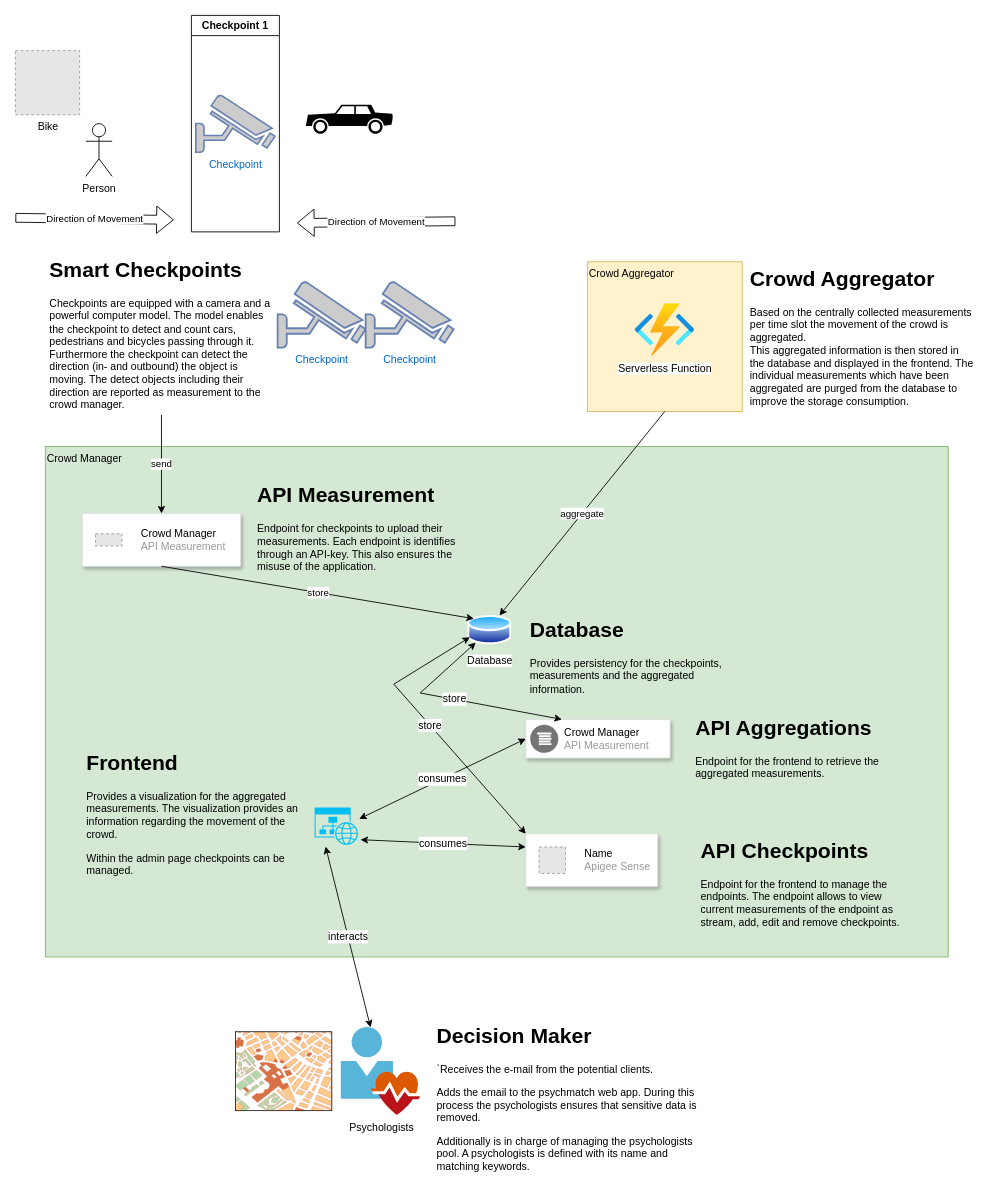
This is page "Schematic Visualisation" (1 of 9) of Documentation/infrastructure.drawio from jimmylevell/crowd-overview, a draw.io file, before an edit. Source tidied: cells renumbered, new cells numbered last; positions are measured from the earlier drawing's top-left corner, leaving out a move shared by most shapes. Both pictures are drawn from the tidied source at 88%, with x=0, y=0 at pixel (15, 15). Pictures stored in the file or linked from it are replaced by grey dashed boxes.
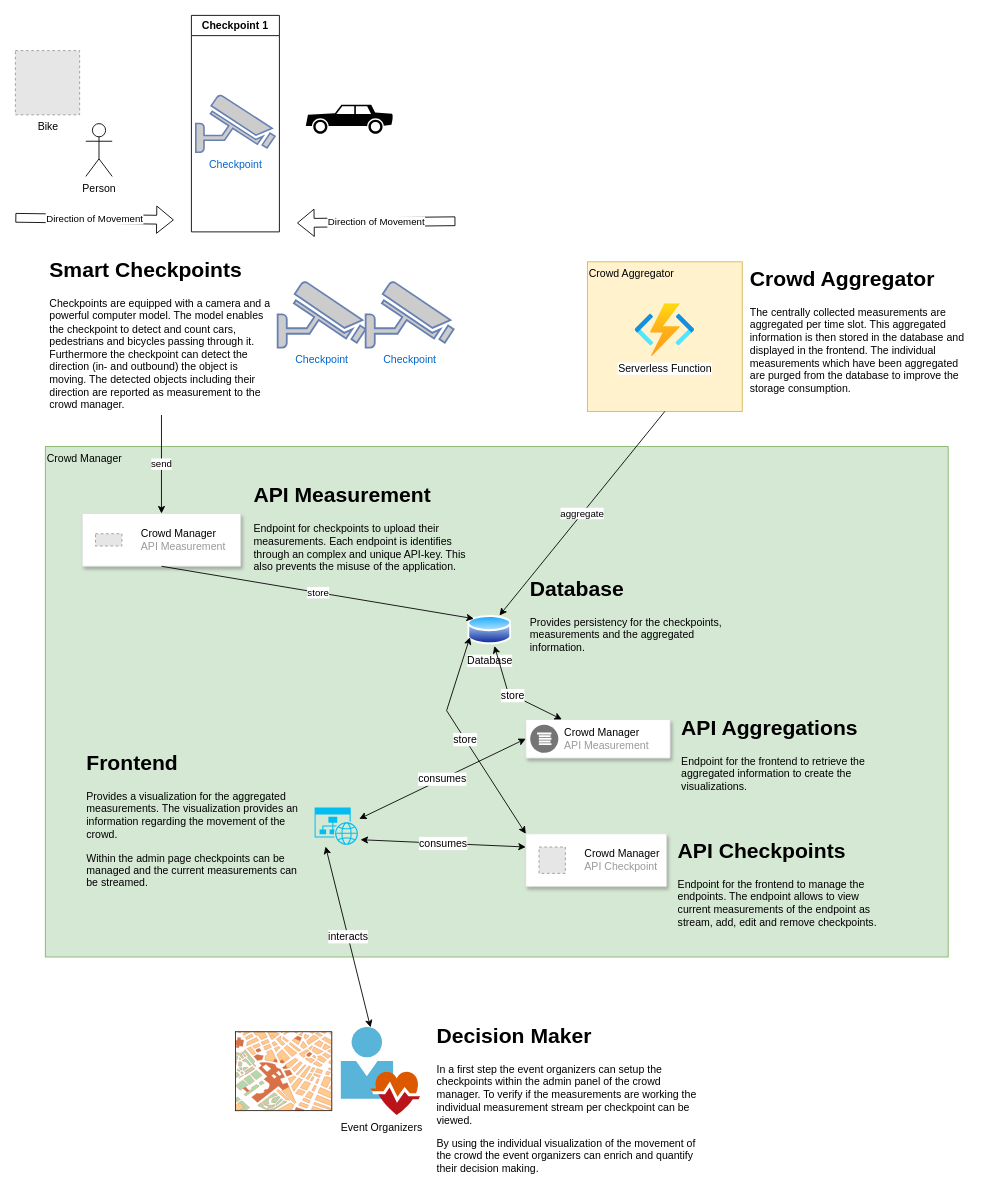
Above is the later version.

The change refers to these unchanged cells:
```xml
<mxCell id="8" value="Database" style="perimeter=ellipsePerimeter;html=1;align=center;shadow=0;dashed=0;spacingTop=3;image;image=img/lib/active_directory/database.svg;strokeColor=default;fillColor=default;" parent="1" vertex="1">
  <mxGeometry x="514" y="680" width="50" height="37" as="geometry" />
</mxCell>
<mxCell id="20" style="strokeColor=#dddddd;shadow=1;strokeWidth=1;rounded=1;absoluteArcSize=1;arcSize=2;fontSize=12;" parent="1" vertex="1">
  <mxGeometry x="580" y="800" width="164" height="44" as="geometry" />
</mxCell>
```

The edit, as a diff of the source:
```diff
@@
-    <mxCell id="5" value="&lt;h1&gt;Smart Checkpoints&lt;/h1&gt;&lt;p&gt;Checkpoints are equipped with a camera and a powerful computer model. The model enables the checkpoint to detect and count cars, pedestrians and bicycles passing through it. Furthermore the checkpoint can detect the direction (in- and outbound) the object is moving. The detect objects including their direction are reported as measurement to the crowd manager.&lt;/p&gt;" style="text;html=1;strokeColor=none;fillColor=none;spacing=5;spacingTop=-20;whiteSpace=wrap;overflow=hidden;rounded=0;" parent="1" vertex="1">
+    <mxCell id="5" value="&lt;h1&gt;Smart Checkpoints&lt;/h1&gt;&lt;p&gt;Checkpoints are equipped with a camera and a powerful computer model. The model enables the checkpoint to detect and count cars, pedestrians and bicycles passing through it. Furthermore the checkpoint can detect the direction (in- and outbound) the object is moving. The detected objects including their direction are reported as measurement to the crowd manager.&lt;/p&gt;" style="text;html=1;strokeColor=none;fillColor=none;spacing=5;spacingTop=-20;whiteSpace=wrap;overflow=hidden;rounded=0;" parent="1" vertex="1">
       <mxGeometry x="34" y="270" width="264" height="184" as="geometry" />
     </mxCell>
@@
-    <mxCell id="7" value="&lt;h1&gt;API Measurement&lt;/h1&gt;&lt;p&gt;Endpoint for checkpoints to upload their measurements. Each endpoint is identifies through an API-key. This also ensures the misuse of the application.&lt;/p&gt;" style="text;html=1;strokeColor=none;fillColor=none;spacing=5;spacingTop=-20;whiteSpace=wrap;overflow=hidden;rounded=0;" parent="1" vertex="1">
-      <mxGeometry x="270" y="526" width="250" height="184" as="geometry" />
+    <mxCell id="7" value="&lt;h1&gt;API Measurement&lt;/h1&gt;&lt;p&gt;Endpoint for checkpoints to upload their measurements. Each endpoint is identifies through an complex and unique API-key. This also prevents the misuse of the application.&lt;/p&gt;" style="text;html=1;strokeColor=none;fillColor=none;spacing=5;spacingTop=-20;whiteSpace=wrap;overflow=hidden;rounded=0;" parent="1" vertex="1">
+      <mxGeometry x="266" y="526" width="250" height="184" as="geometry" />
     </mxCell>
@@
     <mxCell id="14" value="&lt;h1&gt;Database&lt;/h1&gt;&lt;p&gt;Provides persistency for the checkpoints,&amp;nbsp; measurements and the aggregated information.&lt;/p&gt;" style="text;html=1;strokeColor=none;fillColor=none;spacing=5;spacingTop=-20;whiteSpace=wrap;overflow=hidden;rounded=0;" parent="1" vertex="1">
-      <mxGeometry x="580" y="678.5" width="250" height="100" as="geometry" />
+      <mxGeometry x="580" y="631.5" width="250" height="100" as="geometry" />
     </mxCell>
-    <mxCell id="15" value="&lt;h1&gt;Decision Maker&lt;/h1&gt;&lt;p&gt;`Receives the e-mail from the potential clients.&amp;nbsp;&lt;/p&gt;&lt;p&gt;Adds the email to the psychmatch web app. During this process the psychologists ensures that sensitive data is removed.&amp;nbsp;&lt;br&gt;&lt;/p&gt;&lt;p&gt;Additionally is in charge of managing the psychologists pool. A psychologists is defined with its name and matching keywords.&lt;/p&gt;" style="text;html=1;strokeColor=none;fillColor=none;spacing=5;spacingTop=-20;whiteSpace=wrap;overflow=hidden;rounded=0;" parent="1" vertex="1">
+    <mxCell id="15" value="&lt;h1&gt;Decision Maker&lt;/h1&gt;&lt;p&gt;In a first step the event organizers can setup the checkpoints within the admin panel of the crowd manager. To verify if the measurements are working the individual measurement stream per checkpoint can be viewed.&amp;nbsp;&lt;/p&gt;&lt;p&gt;By using the individual visualization of the movement of the crowd the event organizers can enrich and quantify their decision making.&lt;/p&gt;" style="text;html=1;strokeColor=none;fillColor=none;spacing=5;spacingTop=-20;whiteSpace=wrap;overflow=hidden;rounded=0;" parent="1" vertex="1">
       <mxGeometry x="474" y="1140" width="306" height="184" as="geometry" />
     </mxCell>
-    <mxCell id="16" value="Psychologists" style="sketch=0;html=1;points=[];align=center;image;fontSize=12;image=img/lib/mscae/User_Health_Icon.svg;" parent="1" vertex="1">
+    <mxCell id="16" value="Event Organizers" style="sketch=0;html=1;points=[];align=center;image;fontSize=12;image=img/lib/mscae/User_Health_Icon.svg;" parent="1" vertex="1">
       <mxGeometry x="370" y="1150" width="92" height="100" as="geometry" />
     </mxCell>
@@
-    <mxCell id="18" value="&lt;h1&gt;Crowd Aggregator&lt;/h1&gt;&lt;p&gt;Based on the centrally collected measurements per time slot the movement of the crowd is aggregated.&amp;nbsp;&lt;br&gt;This aggregated information is then stored in the database and displayed in the frontend. The individual measurements which have been aggregated are purged from the database to improve the storage consumption.&lt;/p&gt;" style="text;html=1;strokeColor=none;fillColor=none;spacing=5;spacingTop=-20;whiteSpace=wrap;overflow=hidden;rounded=0;" parent="1" vertex="1">
+    <mxCell id="18" value="&lt;h1&gt;Crowd Aggregator&lt;/h1&gt;&lt;p&gt;The centrally collected measurements are aggregated per time slot.&amp;nbsp;This aggregated information is then stored in the database and displayed in the frontend. The individual measurements which have been aggregated are purged from the database to improve the storage consumption.&lt;/p&gt;" style="text;html=1;strokeColor=none;fillColor=none;spacing=5;spacingTop=-20;whiteSpace=wrap;overflow=hidden;rounded=0;" parent="1" vertex="1">
       <mxGeometry x="830" y="280" width="264" height="184" as="geometry" />
     </mxCell>
@@
-    <mxCell id="22" value="&lt;h1&gt;API Aggregations&lt;/h1&gt;&lt;p&gt;Endpoint for the frontend to retrieve the aggregated measurements.&amp;nbsp;&lt;/p&gt;" style="text;html=1;strokeColor=none;fillColor=none;spacing=5;spacingTop=-20;whiteSpace=wrap;overflow=hidden;rounded=0;" parent="1" vertex="1">
-      <mxGeometry x="768" y="790" width="250" height="100" as="geometry" />
+    <mxCell id="22" value="&lt;h1&gt;API Aggregations&lt;/h1&gt;&lt;p&gt;Endpoint for the frontend to retrieve the aggregated information to create the visualizations.&amp;nbsp;&lt;/p&gt;" style="text;html=1;strokeColor=none;fillColor=none;spacing=5;spacingTop=-20;whiteSpace=wrap;overflow=hidden;rounded=0;" parent="1" vertex="1">
+      <mxGeometry x="752" y="790" width="250" height="100" as="geometry" />
     </mxCell>
     <mxCell id="23" style="strokeColor=#dddddd;shadow=1;strokeWidth=1;rounded=1;absoluteArcSize=1;arcSize=2;fontSize=12;" parent="1" vertex="1">
-      <mxGeometry x="580" y="930" width="150" height="60" as="geometry" />
+      <mxGeometry x="580" y="930" width="160" height="60" as="geometry" />
     </mxCell>
-    <mxCell id="24" value="&lt;font color=&quot;#000000&quot;&gt;Name&lt;/font&gt;&lt;br&gt;Apigee Sense" style="fillColor=#E6E6E6;strokeColor=#999999;dashed=1;html=1;fontColor=#999999;verticalLabelPosition=middle;labelBackgroundColor=#ffffff;verticalAlign=middle;labelPosition=right;align=left;spacingLeft=20;fontSize=12;" parent="23" vertex="1">
+    <mxCell id="24" value="&lt;font color=&quot;#000000&quot;&gt;Crowd Manager&lt;/font&gt;&lt;br&gt;API Checkpoint" style="fillColor=#E6E6E6;strokeColor=#999999;dashed=1;html=1;fontColor=#999999;verticalLabelPosition=middle;labelBackgroundColor=#ffffff;verticalAlign=middle;labelPosition=right;align=left;spacingLeft=20;fontSize=12;" parent="23" vertex="1">
       <mxGeometry width="30" height="30" relative="1" as="geometry">
         <mxPoint x="15" y="15" as="offset" />
       </mxGeometry>
     </mxCell>
     <mxCell id="25" value="&lt;h1&gt;API Checkpoints&lt;/h1&gt;&lt;p&gt;Endpoint for the frontend to manage the endpoints. The endpoint allows to view current measurements of the endpoint as stream, add, edit and remove checkpoints.&lt;/p&gt;" style="text;html=1;strokeColor=none;fillColor=none;spacing=5;spacingTop=-20;whiteSpace=wrap;overflow=hidden;rounded=0;" parent="1" vertex="1">
-      <mxGeometry x="774" y="930" width="250" height="120" as="geometry" />
+      <mxGeometry x="748" y="930" width="250" height="120" as="geometry" />
     </mxCell>
@@
     <mxCell id="28" value="store" style="endArrow=classic;startArrow=classic;html=1;rounded=0;fontSize=12;exitX=0.25;exitY=0;exitDx=0;exitDy=0;" parent="1" edge="1" source="20" target="8">
       <mxGeometry relative="1" as="geometry">
         <Array as="points">
-          <mxPoint x="460" y="770" />
+          <mxPoint x="560" y="770" />
         </Array>
       </mxGeometry>
     </mxCell>
     <mxCell id="29" value="store" style="endArrow=classic;startArrow=classic;html=1;rounded=0;fontSize=12;exitX=0;exitY=0;exitDx=0;exitDy=0;entryX=0;entryY=0.75;entryDx=0;entryDy=0;" parent="1" edge="1" source="23" target="8">
       <mxGeometry relative="1" as="geometry">
         <Array as="points">
-          <mxPoint x="430" y="760" />
+          <mxPoint x="490" y="790" />
         </Array>
       </mxGeometry>
     </mxCell>
-    <mxCell id="30" value="&lt;h1&gt;Frontend&lt;/h1&gt;&lt;p&gt;Provides a visualization for the aggregated measurements. The visualization provides an information regarding the movement of the crowd.&amp;nbsp;&lt;/p&gt;&lt;p&gt;Within the admin page checkpoints can be managed.&lt;/p&gt;" style="text;html=1;strokeColor=none;fillColor=none;spacing=5;spacingTop=-20;whiteSpace=wrap;overflow=hidden;rounded=0;" parent="1" vertex="1">
+    <mxCell id="30" value="&lt;h1&gt;Frontend&lt;/h1&gt;&lt;p&gt;Provides a visualization for the aggregated measurements. The visualization provides an information regarding the movement of the crowd.&amp;nbsp;&lt;/p&gt;&lt;p&gt;Within the admin page checkpoints can be managed and the current measurements can be streamed.&lt;/p&gt;" style="text;html=1;strokeColor=none;fillColor=none;spacing=5;spacingTop=-20;whiteSpace=wrap;overflow=hidden;rounded=0;" parent="1" vertex="1">
       <mxGeometry x="76" y="830" width="250" height="170" as="geometry" />
     </mxCell>
```
